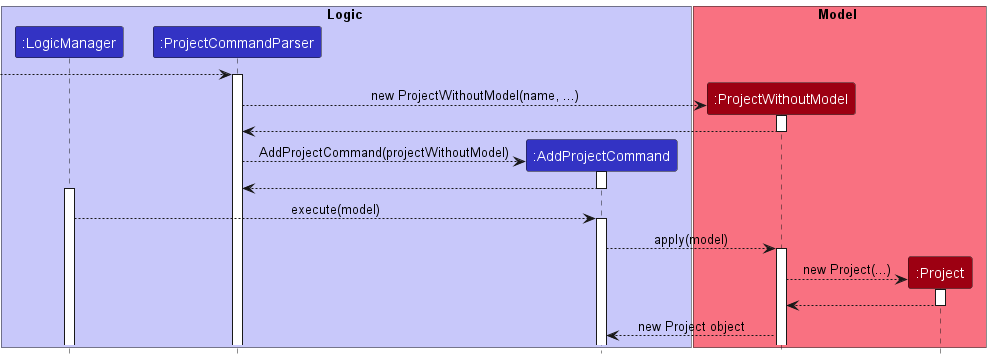
This is docs/images/ParserPartialInitialisationSequenceDiagram.png from nus-cs2103-AY2223S1/tp, a PlantUML export, as it was before one commit.
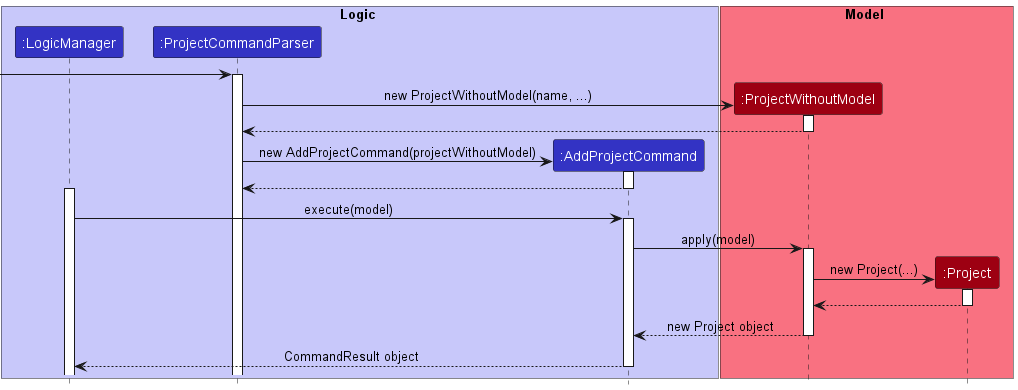
Later version of the same file.

Commit message:
Fix Partial Initialisation Diagram

The edit, as a diff of the source:
```diff
@@ -12,37 +12,42 @@
 participant ":Project" as Project MODEL_COLOR
 end box
 
---> ProjectCommandParser
+-> ProjectCommandParser
 activate ProjectCommandParser
 
 create ProjectWithoutModel
-ProjectCommandParser --> ProjectWithoutModel : new ProjectWithoutModel(name, ...)
+ProjectCommandParser -> ProjectWithoutModel : new ProjectWithoutModel(name, ...)
 activate ProjectWithoutModel
 
 ProjectWithoutModel --> ProjectCommandParser
 deactivate ProjectWithoutModel
 
 create AddProjectCommand
-ProjectCommandParser --> AddProjectCommand : AddProjectCommand(projectWithoutModel)
+ProjectCommandParser -> AddProjectCommand : new AddProjectCommand(projectWithoutModel)
 activate AddProjectCommand
 
 AddProjectCommand --> ProjectCommandParser
 deactivate AddProjectCommand
 
 activate LogicManager
-LogicManager --> AddProjectCommand : execute(model)
+LogicManager -> AddProjectCommand : execute(model)
 activate AddProjectCommand
 
-AddProjectCommand --> ProjectWithoutModel : apply(model)
+AddProjectCommand -> ProjectWithoutModel : apply(model)
 activate ProjectWithoutModel
 
 create Project
-ProjectWithoutModel --> Project : new Project(...)
+ProjectWithoutModel -> Project : new Project(...)
 activate Project
+
 Project --> ProjectWithoutModel
 deactivate Project
 
 ProjectWithoutModel --> AddProjectCommand : new Project object
+deactivate ProjectWithoutModel
+
+AddProjectCommand --> LogicManager : CommandResult object
+deactivate AddProjectCommand
 
 
 
```
